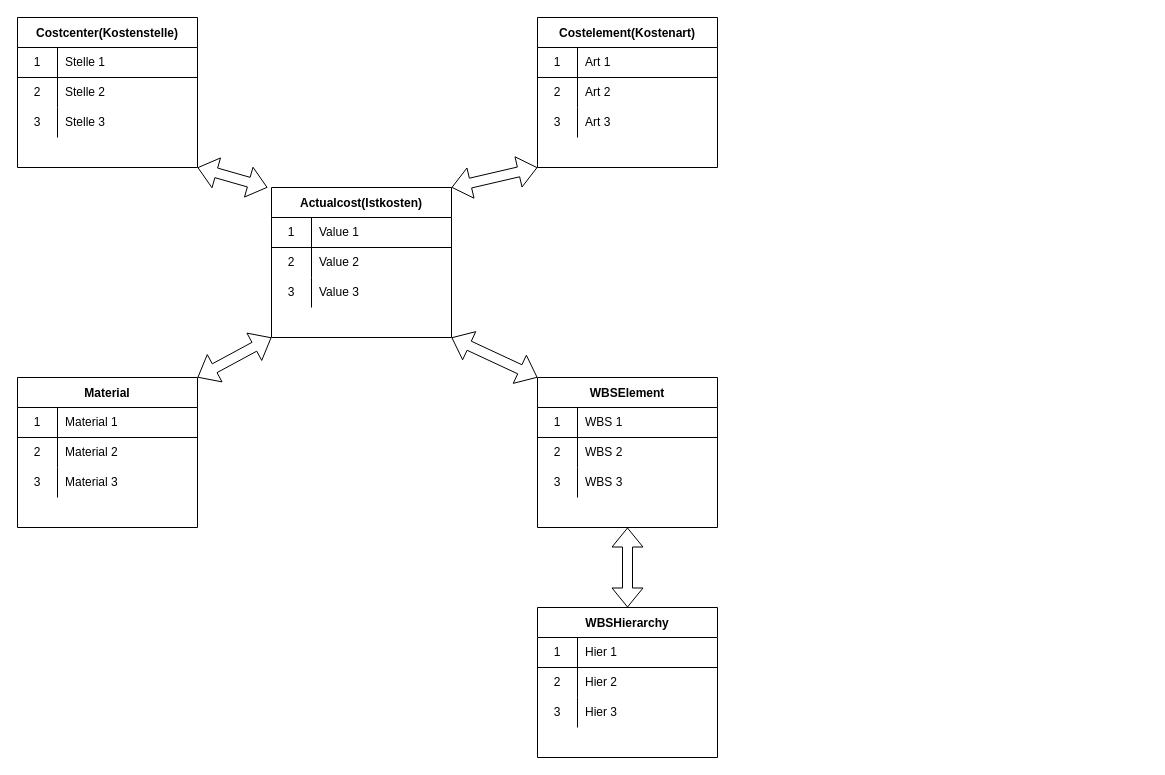
deguotaoma/Aufgaben keeps this draw.io diagram as 0.Sternschema.drawio. Above is the earlier version. Source tidied: cells renumbered, new cells numbered last; positions are measured from the earlier drawing's top-left corner, leaving out a move shared by most shapes. Both pictures are drawn from the tidied source at 100%, with x=0, y=0 at pixel (17, 17).
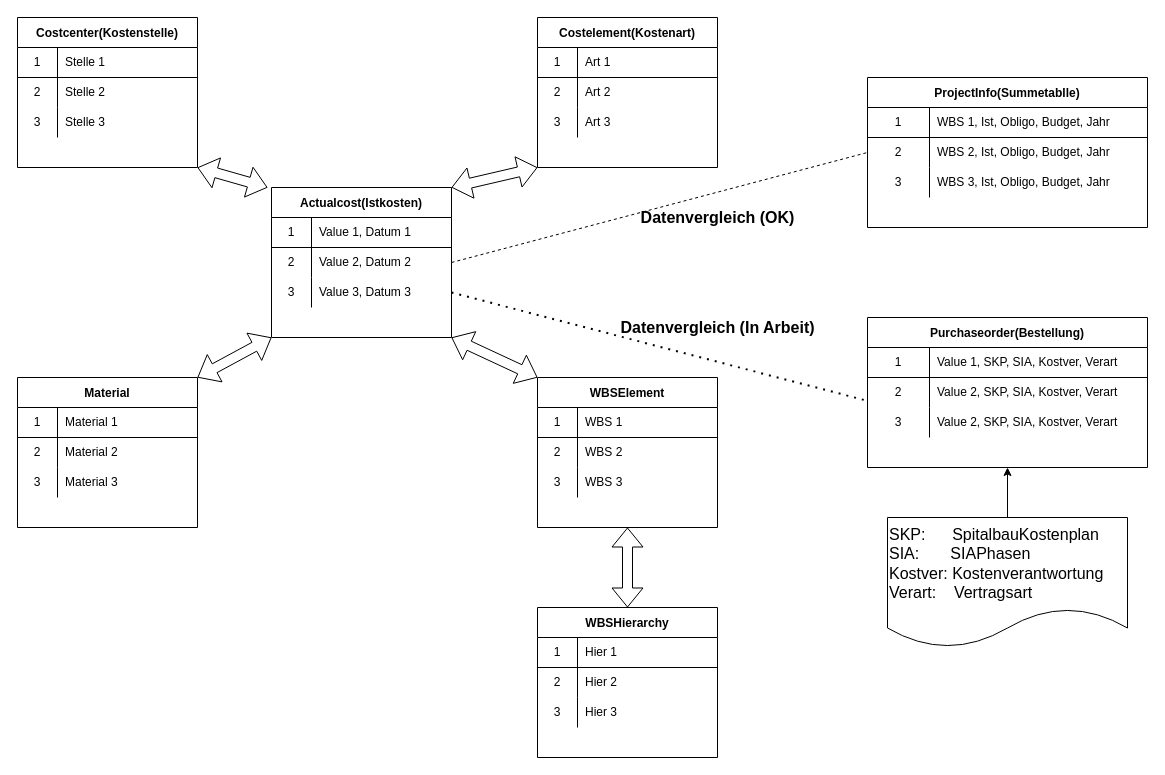
Above is the later version.

The change refers to these unchanged cells:
```xml
<mxCell id="3" style="shape=partialRectangle;html=1;whiteSpace=wrap;fillColor=none;top=0;left=0;bottom=1;right=0;" parent="2" vertex="1">
  <mxGeometry y="30" width="180" height="30" as="geometry" />
</mxCell>
<mxCell id="6" style="shape=partialRectangle;html=1;whiteSpace=wrap;fillColor=none;top=0;left=0;bottom=0;right=0;points=[[0,0.5],[1,0.5]];portConstraint=eastwest;" parent="2" vertex="1">
  <mxGeometry y="60" width="180" height="30" as="geometry" />
</mxCell>
<mxCell id="9" style="shape=partialRectangle;html=1;whiteSpace=wrap;fillColor=none;top=0;left=0;bottom=0;right=0;points=[[0,0.5],[1,0.5]];portConstraint=eastwest;" parent="2" vertex="1">
  <mxGeometry y="90" width="180" height="30" as="geometry" />
</mxCell>
```

Change to the diagram source:
```diff
@@
-    <mxCell id="5" value="Value 1" style="shape=partialRectangle;html=1;whiteSpace=wrap;fillColor=none;top=0;left=0;bottom=0;right=0;align=left;spacingLeft=6;overflow=hidden;" parent="3" vertex="1">
+    <mxCell id="5" value="Value 1, Datum 1" style="shape=partialRectangle;html=1;whiteSpace=wrap;fillColor=none;top=0;left=0;bottom=0;right=0;align=left;spacingLeft=6;overflow=hidden;" parent="3" vertex="1">
       <mxGeometry x="40" width="140" height="30" as="geometry" />
     </mxCell>
@@
-    <mxCell id="8" value="Value 2" style="shape=partialRectangle;html=1;whiteSpace=wrap;fillColor=none;top=0;left=0;bottom=0;right=0;align=left;spacingLeft=6;overflow=hidden;" parent="6" vertex="1">
+    <mxCell id="8" value="Value 2, Datum 2" style="shape=partialRectangle;html=1;whiteSpace=wrap;fillColor=none;top=0;left=0;bottom=0;right=0;align=left;spacingLeft=6;overflow=hidden;" parent="6" vertex="1">
       <mxGeometry x="40" width="140" height="30" as="geometry" />
     </mxCell>
@@
-    <mxCell id="11" value="Value 3" style="shape=partialRectangle;html=1;whiteSpace=wrap;fillColor=none;top=0;left=0;bottom=0;right=0;align=left;spacingLeft=6;overflow=hidden;" parent="9" vertex="1">
+    <mxCell id="11" value="Value 3, Datum 3" style="shape=partialRectangle;html=1;whiteSpace=wrap;fillColor=none;top=0;left=0;bottom=0;right=0;align=left;spacingLeft=6;overflow=hidden;" parent="9" vertex="1">
       <mxGeometry x="40" width="140" height="30" as="geometry" />
     </mxCell>
@@
+    <mxCell id="67" value="ProjectInfo(Summetablle)" style="shape=table;startSize=30;childLayout=tableLayout;rowLines=0;fontStyle=1;align=center;" parent="1" vertex="1">
+      <mxGeometry x="850" y="60" width="280" height="150" as="geometry" />
+    </mxCell>
+    <mxCell id="68" style="shape=partialRectangle;html=1;whiteSpace=wrap;fillColor=none;top=0;left=0;bottom=1;right=0;" parent="67" vertex="1">
+      <mxGeometry y="30" width="280" height="30" as="geometry" />
+    </mxCell>
+    <mxCell id="69" value="1" style="shape=partialRectangle;html=1;whiteSpace=wrap;fillColor=none;top=0;left=0;bottom=0;right=0;overflow=hidden;" parent="68" vertex="1">
+      <mxGeometry width="62" height="30" as="geometry" />
+    </mxCell>
+    <mxCell id="70" value="WBS 1, Ist, Obligo, Budget, Jahr" style="shape=partialRectangle;html=1;whiteSpace=wrap;fillColor=none;top=0;left=0;bottom=0;right=0;align=left;spacingLeft=6;overflow=hidden;" parent="68" vertex="1">
+      <mxGeometry x="62" width="218" height="30" as="geometry" />
+    </mxCell>
+    <mxCell id="71" style="shape=partialRectangle;html=1;whiteSpace=wrap;fillColor=none;top=0;left=0;bottom=0;right=0;points=[[0,0.5],[1,0.5]];portConstraint=eastwest;" parent="67" vertex="1">
+      <mxGeometry y="60" width="280" height="30" as="geometry" />
+    </mxCell>
+    <mxCell id="72" value="2" style="shape=partialRectangle;html=1;whiteSpace=wrap;fillColor=none;top=0;left=0;bottom=0;right=0;overflow=hidden;" parent="71" vertex="1">
+      <mxGeometry width="62" height="30" as="geometry" />
+    </mxCell>
+    <mxCell id="73" value="WBS 2, Ist, Obligo, Budget, Jahr" style="shape=partialRectangle;html=1;whiteSpace=wrap;fillColor=none;top=0;left=0;bottom=0;right=0;align=left;spacingLeft=6;overflow=hidden;" parent="71" vertex="1">
+      <mxGeometry x="62" width="218" height="30" as="geometry" />
+    </mxCell>
+    <mxCell id="74" style="shape=partialRectangle;html=1;whiteSpace=wrap;fillColor=none;top=0;left=0;bottom=0;right=0;" parent="67" vertex="1">
+      <mxGeometry y="90" width="280" height="30" as="geometry" />
+    </mxCell>
+    <mxCell id="75" value="3" style="shape=partialRectangle;html=1;whiteSpace=wrap;fillColor=none;top=0;left=0;bottom=0;right=0;overflow=hidden;" parent="74" vertex="1">
+      <mxGeometry width="62" height="30" as="geometry" />
+    </mxCell>
+    <mxCell id="76" value="WBS 3, Ist, Obligo, Budget, Jahr" style="shape=partialRectangle;html=1;whiteSpace=wrap;fillColor=none;top=0;left=0;bottom=0;right=0;align=left;spacingLeft=6;overflow=hidden;" parent="74" vertex="1">
+      <mxGeometry x="62" width="218" height="30" as="geometry" />
+    </mxCell>
+    <mxCell id="77" style="endArrow=none;dashed=1;html=1;exitX=1;exitY=0.5;exitDx=0;exitDy=0;entryX=0;entryY=0.5;entryDx=0;entryDy=0;" parent="1" edge="1" source="6" target="71">
+      <mxGeometry relative="1" as="geometry" />
+    </mxCell>
+    <mxCell id="78" value="&lt;b&gt;&lt;font style=&quot;font-size: 16px&quot;&gt;Datenvergleich (OK)&lt;/font&gt;&lt;/b&gt;" style="text;html=1;align=center;verticalAlign=middle;strokeColor=none;" parent="1" vertex="1">
+      <mxGeometry x="615" y="190" width="170" height="20" as="geometry" />
+    </mxCell>
+    <mxCell id="79" value="Purchaseorder(Bestellung)" style="shape=table;startSize=30;childLayout=tableLayout;rowLines=0;fontStyle=1;align=center;" parent="1" vertex="1">
+      <mxGeometry x="850" y="300" width="280" height="150" as="geometry" />
+    </mxCell>
+    <mxCell id="80" style="shape=partialRectangle;html=1;whiteSpace=wrap;fillColor=none;top=0;left=0;bottom=1;right=0;" parent="79" vertex="1">
+      <mxGeometry y="30" width="280" height="30" as="geometry" />
+    </mxCell>
+    <mxCell id="81" value="1" style="shape=partialRectangle;html=1;whiteSpace=wrap;fillColor=none;top=0;left=0;bottom=0;right=0;overflow=hidden;" parent="80" vertex="1">
+      <mxGeometry width="62" height="30" as="geometry" />
+    </mxCell>
+    <mxCell id="82" value="Value 1, SKP, SIA, Kostver, Verart &amp;nbsp;" style="shape=partialRectangle;html=1;whiteSpace=wrap;fillColor=none;top=0;left=0;bottom=0;right=0;align=left;spacingLeft=6;overflow=hidden;" parent="80" vertex="1">
+      <mxGeometry x="62" width="218" height="30" as="geometry" />
+    </mxCell>
+    <mxCell id="83" style="shape=partialRectangle;html=1;whiteSpace=wrap;fillColor=none;top=0;left=0;bottom=0;right=0;points=[[0,0.5],[1,0.5]];portConstraint=eastwest;" parent="79" vertex="1">
+      <mxGeometry y="60" width="280" height="30" as="geometry" />
+    </mxCell>
+    <mxCell id="84" value="2" style="shape=partialRectangle;html=1;whiteSpace=wrap;fillColor=none;top=0;left=0;bottom=0;right=0;overflow=hidden;" parent="83" vertex="1">
+      <mxGeometry width="62" height="30" as="geometry" />
+    </mxCell>
+    <mxCell id="85" value="Value 2, SKP, SIA, Kostver, Verart&amp;nbsp;" style="shape=partialRectangle;html=1;whiteSpace=wrap;fillColor=none;top=0;left=0;bottom=0;right=0;align=left;spacingLeft=6;overflow=hidden;" parent="83" vertex="1">
+      <mxGeometry x="62" width="218" height="30" as="geometry" />
+    </mxCell>
+    <mxCell id="86" style="shape=partialRectangle;html=1;whiteSpace=wrap;fillColor=none;top=0;left=0;bottom=0;right=0;" parent="79" vertex="1">
+      <mxGeometry y="90" width="280" height="30" as="geometry" />
+    </mxCell>
+    <mxCell id="87" value="3" style="shape=partialRectangle;html=1;whiteSpace=wrap;fillColor=none;top=0;left=0;bottom=0;right=0;overflow=hidden;" parent="86" vertex="1">
+      <mxGeometry width="62" height="30" as="geometry" />
+    </mxCell>
+    <mxCell id="88" value="Value 2, SKP, SIA, Kostver, Verart&amp;nbsp;" style="shape=partialRectangle;html=1;whiteSpace=wrap;fillColor=none;top=0;left=0;bottom=0;right=0;align=left;spacingLeft=6;overflow=hidden;" parent="86" vertex="1">
+      <mxGeometry x="62" width="218" height="30" as="geometry" />
+    </mxCell>
+    <mxCell id="89" style="endArrow=none;dashed=1;html=1;dashPattern=1 3;strokeWidth=2;exitX=1;exitY=0.5;exitDx=0;exitDy=0;entryX=-0.013;entryY=0.747;entryDx=0;entryDy=0;entryPerimeter=0;" parent="1" edge="1" source="9" target="83">
+      <mxGeometry relative="1" as="geometry" />
+    </mxCell>
+    <mxCell id="90" value="&lt;b&gt;&lt;font style=&quot;font-size: 16px&quot;&gt;Datenvergleich (In Arbeit)&lt;/font&gt;&lt;/b&gt;" style="text;html=1;align=center;verticalAlign=middle;strokeColor=none;" parent="1" vertex="1">
+      <mxGeometry x="595" y="300" width="210" height="20" as="geometry" />
+    </mxCell>
+    <mxCell id="91" value="&lt;font style=&quot;font-size: 16px&quot;&gt;SKP:&amp;nbsp; &amp;nbsp; &amp;nbsp; SpitalbauKostenplan&lt;br&gt;SIA:&amp;nbsp; &amp;nbsp; &amp;nbsp; &amp;nbsp;SIAPhasen&lt;br&gt;Kostver:&amp;nbsp;Kostenverantwortung&lt;br&gt;Verart:&amp;nbsp; &amp;nbsp; Vertragsart&lt;/font&gt;" style="shape=document;whiteSpace=wrap;html=1;boundedLbl=1;align=left;" parent="1" vertex="1">
+      <mxGeometry x="870" y="500" width="240" height="130" as="geometry" />
+    </mxCell>
+    <mxCell id="92" style="endArrow=classic;html=1;" parent="1" edge="1" source="91">
+      <mxGeometry relative="1" as="geometry">
+        <mxPoint x="990" y="450" as="targetPoint" />
+      </mxGeometry>
+    </mxCell>
```
